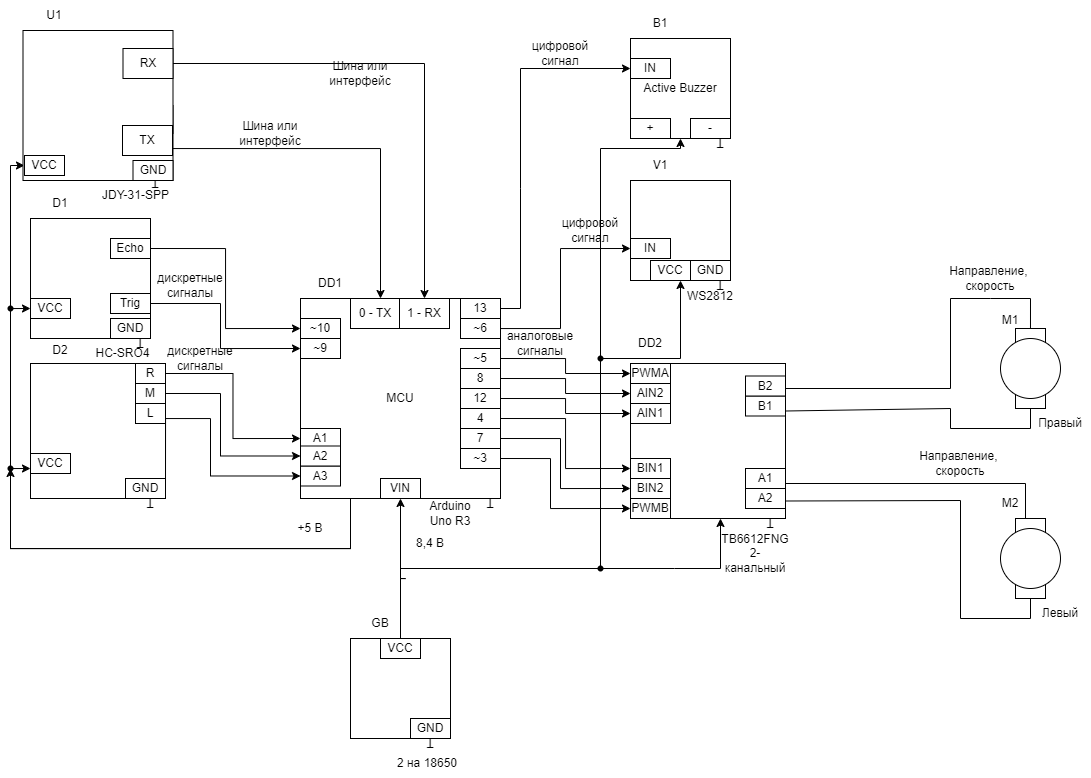
The draw.io diagram AcariTech func.drawio.png in ksinph/PSTU_LABS_2023, before a commit. Source tidied: cells renumbered, new cells last; positions are measured from the earlier drawing's top-left corner, leaving out a move shared by most shapes.
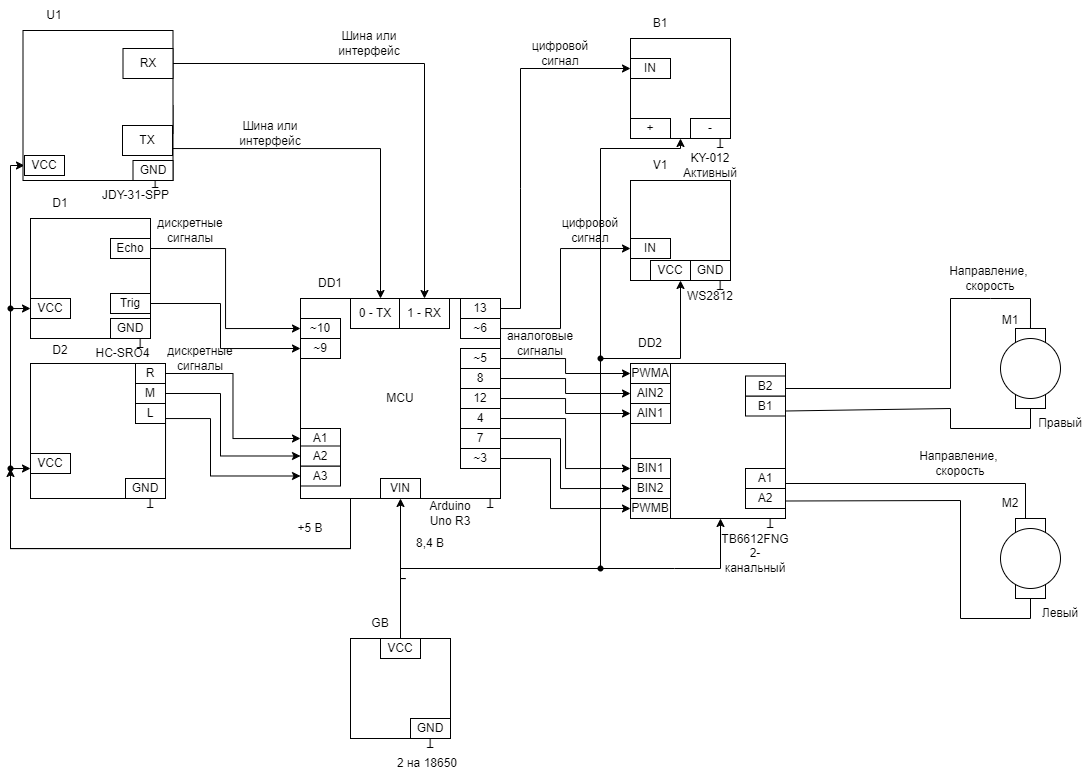
Above is the later version.

Change to the diagram source:
```diff
@@ -125,7 +125,7 @@
         </Array>
       </mxGeometry>
     </mxCell>
-    <mxCell id="28" value="Active Buzzer" style="whiteSpace=wrap;html=1;" parent="1" vertex="1">
+    <mxCell id="28" style="whiteSpace=wrap;html=1;" parent="1" vertex="1">
       <mxGeometry x="630" y="38" width="100" height="100" as="geometry" />
     </mxCell>
     <mxCell id="29" style="endArrow=classic;html=1;rounded=0;exitX=1;exitY=0.5;exitDx=0;exitDy=0;entryX=0;entryY=0.5;entryDx=0;entryDy=0;" parent="1" edge="1" source="65" target="53">
@@ -169,7 +169,7 @@
       </mxGeometry>
     </mxCell>
     <mxCell id="36" value="дискретные сигналы" style="text;html=1;align=center;verticalAlign=middle;whiteSpace=wrap;rounded=0;" parent="1" vertex="1">
-      <mxGeometry x="160" y="270" width="60" height="30" as="geometry" />
+      <mxGeometry x="160" y="215" width="60" height="30" as="geometry" />
     </mxCell>
     <mxCell id="37" value="Шина или интерфейс" style="text;html=1;align=center;verticalAlign=middle;whiteSpace=wrap;rounded=0;" parent="1" vertex="1">
       <mxGeometry x="240" y="118" width="60" height="30" as="geometry" />
@@ -252,7 +252,7 @@
       <mxGeometry x="690" y="128" width="60" height="30" as="geometry" />
     </mxCell>
     <mxCell id="59" value="Шина или интерфейс" style="text;html=1;align=center;verticalAlign=middle;whiteSpace=wrap;rounded=0;" parent="1" vertex="1">
-      <mxGeometry x="330" y="58" width="60" height="30" as="geometry" />
+      <mxGeometry x="339" y="28" width="60" height="30" as="geometry" />
     </mxCell>
     <mxCell id="60" value="~10" style="rounded=0;whiteSpace=wrap;html=1;" parent="1" vertex="1">
       <mxGeometry x="300" y="318" width="40" height="20" as="geometry" />
@@ -509,5 +509,8 @@
         </Array>
       </mxGeometry>
     </mxCell>
+    <mxCell id="131" value="KY-012&lt;div&gt;Активный&lt;/div&gt;" style="text;html=1;align=center;verticalAlign=middle;whiteSpace=wrap;rounded=0;" parent="1" vertex="1">
+      <mxGeometry x="680" y="150" width="60" height="30" as="geometry" />
+    </mxCell>
   </root>
 </mxGraphModel>
```
